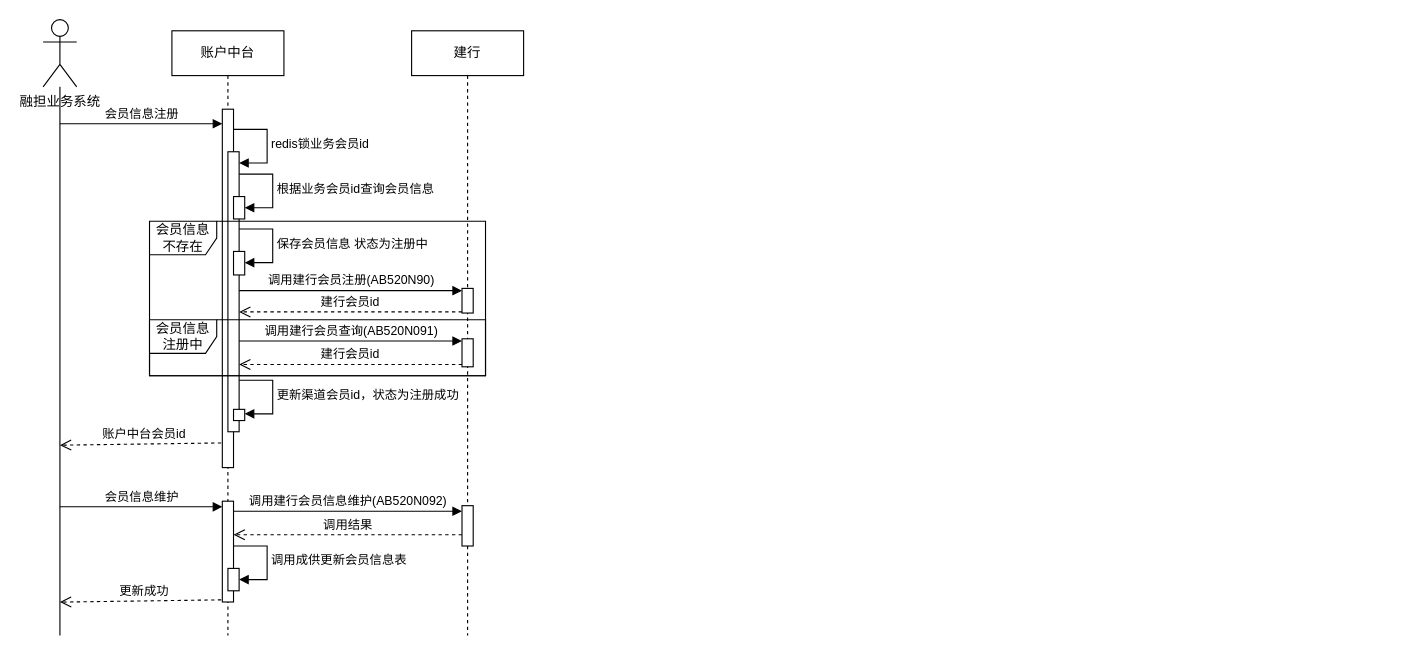
Above: 融担账户中台.drawio in eltweiyao/app-diagrams (draw.io), before the change. Source tidied: cells renumbered, new cells numbered last; positions are measured from the earlier drawing's top-left corner, leaving out a move shared by most shapes. Both pictures are drawn from the tidied source at 112%, with x=0, y=0 at pixel (43, 19).
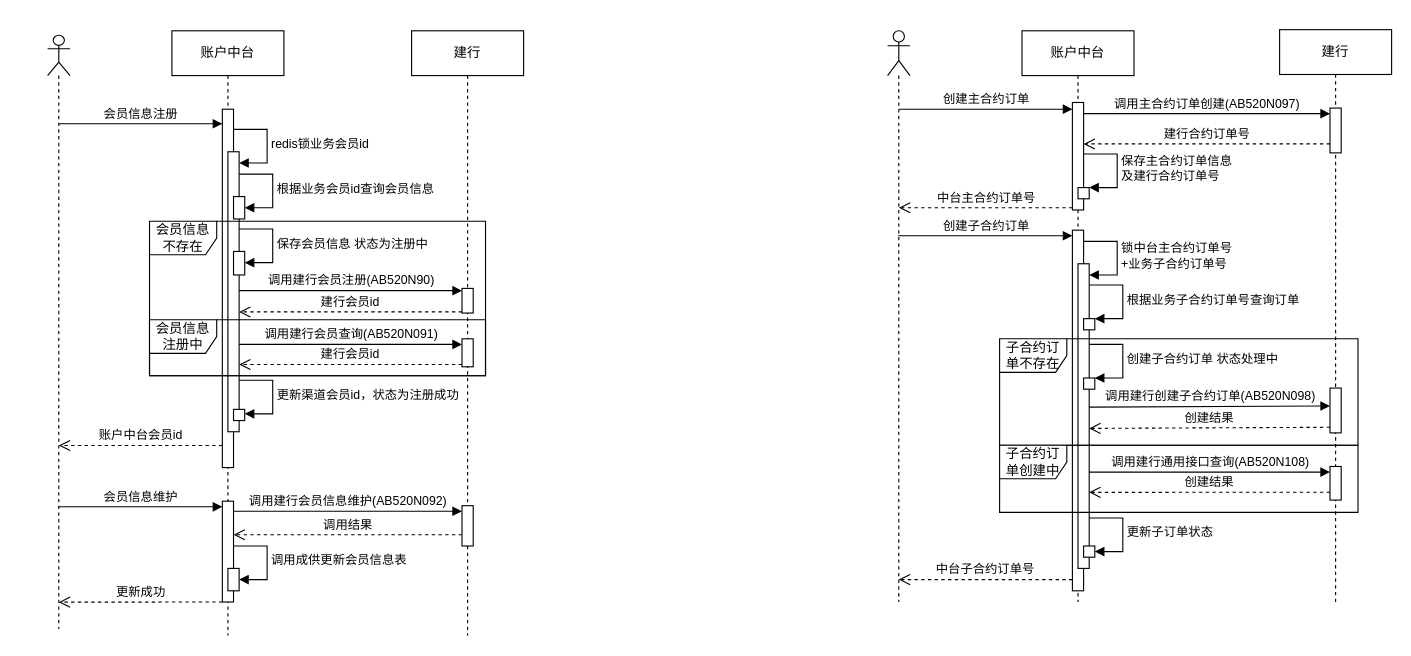
After the change.

Commit message:
更新融担账户中台.drawio

Unchanged cells that the change refers to:
```xml
<mxCell id="4" value="账户中台" style="shape=umlLifeline;perimeter=lifelinePerimeter;whiteSpace=wrap;html=1;newEdgeStyle={&quot;edgeStyle&quot;:&quot;elbowEdgeStyle&quot;,&quot;elbow&quot;:&quot;vertical&quot;,&quot;curved&quot;:0,&quot;rounded&quot;:0};" parent="1" vertex="1">
  <mxGeometry x="115" y="10" width="100" height="540" as="geometry" />
</mxCell>
<mxCell id="5" style="html=1;points=[];perimeter=orthogonalPerimeter;outlineConnect=0;targetShapes=umlLifeline;portConstraint=eastwest;newEdgeStyle={&quot;edgeStyle&quot;:&quot;elbowEdgeStyle&quot;,&quot;elbow&quot;:&quot;vertical&quot;,&quot;curved&quot;:0,&quot;rounded&quot;:0};" parent="4" vertex="1">
  <mxGeometry x="45" y="70" width="10" height="320" as="geometry" />
</mxCell>
<mxCell id="6" style="html=1;points=[[0,0,0,0,5],[0,1,0,0,-5],[1,0,0,0,5],[1,1,0,0,-5]];perimeter=orthogonalPerimeter;outlineConnect=0;targetShapes=umlLifeline;portConstraint=eastwest;newEdgeStyle={&quot;curved&quot;:0,&quot;rounded&quot;:0};" parent="4" vertex="1">
  <mxGeometry x="50" y="108" width="10" height="250" as="geometry" />
</mxCell>
<mxCell id="12" style="html=1;points=[[0,0,0,0,5],[0,1,0,0,-5],[1,0,0,0,5],[1,1,0,0,-5]];perimeter=orthogonalPerimeter;outlineConnect=0;targetShapes=umlLifeline;portConstraint=eastwest;newEdgeStyle={&quot;curved&quot;:0,&quot;rounded&quot;:0};" parent="4" vertex="1">
  <mxGeometry x="45" y="420" width="10" height="90" as="geometry" />
</mxCell>
<mxCell id="25" style="html=1;points=[[0,0,0,0,5],[0,1,0,0,-5],[1,0,0,0,5],[1,1,0,0,-5]];perimeter=orthogonalPerimeter;outlineConnect=0;targetShapes=umlLifeline;portConstraint=eastwest;newEdgeStyle={&quot;curved&quot;:0,&quot;rounded&quot;:0};" parent="1" vertex="1">
  <mxGeometry x="374" y="285" width="10" height="25" as="geometry" />
</mxCell>
```

The edit, as a diff of the source:
```diff
@@
-    <mxCell id="2" value="更新成功" style="html=1;verticalAlign=bottom;endArrow=open;dashed=1;endSize=8;curved=0;rounded=0;exitX=0.5;exitY=0.906;exitDx=0;exitDy=0;exitPerimeter=0;" parent="1" edge="1">
-      <mxGeometry relative="1" as="geometry">
-        <mxPoint x="165" y="518" as="sourcePoint" />
-        <mxPoint x="15" y="520.1" as="targetPoint" />
-      </mxGeometry>
+    <mxCell id="2" value="更新成功" style="html=1;verticalAlign=bottom;endArrow=open;dashed=1;endSize=8;curved=0;rounded=0;entryX=0.5;entryY=0.955;entryDx=0;entryDy=0;entryPerimeter=0;" parent="1" edge="1" source="12" target="45">
+      <mxGeometry relative="1" as="geometry" />
     </mxCell>
-    <mxCell id="3" value="账户中台会员id" style="html=1;verticalAlign=bottom;endArrow=open;dashed=1;endSize=8;curved=0;rounded=0;exitX=0.5;exitY=0.906;exitDx=0;exitDy=0;exitPerimeter=0;" parent="1" edge="1">
-      <mxGeometry relative="1" as="geometry">
-        <mxPoint x="165" y="377.9" as="sourcePoint" />
-        <mxPoint x="15" y="380" as="targetPoint" />
-      </mxGeometry>
+    <mxCell id="3" value="账户中台会员id" style="html=1;verticalAlign=bottom;endArrow=open;dashed=1;endSize=8;curved=0;rounded=0;entryX=0.5;entryY=0.691;entryDx=0;entryDy=0;entryPerimeter=0;" parent="1" edge="1" source="5" target="45">
+      <mxGeometry relative="1" as="geometry" />
     </mxCell>
@@
-    <mxCell id="13" value="会员信息维护" style="html=1;verticalAlign=bottom;startArrow=none;endArrow=block;startSize=8;curved=0;rounded=0;entryX=0;entryY=0;entryDx=0;entryDy=5;startFill=0;" parent="4" edge="1" target="12">
-      <mxGeometry relative="1" as="geometry">
-        <mxPoint x="-100" y="425" as="sourcePoint" />
-      </mxGeometry>
-    </mxCell>
@@
-    <mxCell id="26" value="调用建行会员查询(&lt;span style=&quot;background-color: light-dark(#ffffff, var(--ge-dark-color, #121212)); color: light-dark(rgb(0, 0, 0), rgb(255, 255, 255));&quot;&gt;AB520N091&lt;/span&gt;)" style="html=1;verticalAlign=bottom;endArrow=block;curved=0;rounded=0;" parent="1" edge="1">
-      <mxGeometry relative="1" as="geometry">
-        <mxPoint x="175" y="287" as="sourcePoint" />
-        <mxPoint x="374" y="287" as="targetPoint" />
-      </mxGeometry>
+    <mxCell id="26" value="调用建行会员查询(&lt;span style=&quot;background-color: light-dark(#ffffff, var(--ge-dark-color, #121212)); color: light-dark(rgb(0, 0, 0), rgb(255, 255, 255));&quot;&gt;AB520N091&lt;/span&gt;)" style="html=1;verticalAlign=bottom;endArrow=block;curved=0;rounded=0;entryX=0;entryY=0;entryDx=0;entryDy=5;entryPerimeter=0;" parent="1" edge="1" source="6" target="25">
+      <mxGeometry relative="1" as="geometry" />
     </mxCell>
-    <mxCell id="27" value="建行会员id" style="html=1;verticalAlign=bottom;endArrow=open;dashed=1;endSize=8;curved=0;rounded=0;" parent="1" edge="1">
+    <mxCell id="27" value="建行会员id" style="html=1;verticalAlign=bottom;endArrow=open;dashed=1;endSize=8;curved=0;rounded=0;" parent="1" edge="1" target="6">
       <mxGeometry relative="1" as="geometry">
         <mxPoint x="374" y="308" as="sourcePoint" />
-        <mxPoint x="175" y="308" as="targetPoint" />
         <Array as="points">
           <mxPoint x="305" y="308" />
         </Array>
       </mxGeometry>
     </mxCell>
-    <mxCell id="28" style="edgeStyle=orthogonalEdgeStyle;rounded=0;jettySize=auto;html=1;endArrow=none;startFill=0;" parent="1" edge="1" source="29">
-      <mxGeometry relative="1" as="geometry">
-        <mxPoint x="15" y="550" as="targetPoint" />
-      </mxGeometry>
-    </mxCell>
-    <mxCell id="29" value="融担业务系统" style="shape=umlActor;verticalLabelPosition=bottom;verticalAlign=top;html=1;" parent="1" vertex="1">
-      <mxGeometry width="30" height="60" as="geometry" />
-    </mxCell>
-    <mxCell id="30" value="会员信息注册" style="html=1;verticalAlign=bottom;endArrow=block;curved=0;rounded=0;" parent="1" edge="1" target="5">
-      <mxGeometry relative="1" as="geometry">
-        <mxPoint x="15" y="93" as="sourcePoint" />
-      </mxGeometry>
+    <mxCell id="30" value="会员信息注册" style="html=1;verticalAlign=bottom;endArrow=block;curved=0;rounded=0;exitX=0.5;exitY=0.149;exitDx=0;exitDy=0;exitPerimeter=0;" parent="1" edge="1" source="45" target="5">
+      <mxGeometry relative="1" as="geometry" />
     </mxCell>
@@
+    <mxCell id="33" value="账户中台" style="shape=umlLifeline;perimeter=lifelinePerimeter;whiteSpace=wrap;html=1;newEdgeStyle={&quot;curved&quot;:0,&quot;rounded&quot;:0};" parent="1" vertex="1">
+      <mxGeometry x="874" y="10" width="100" height="510" as="geometry" />
+    </mxCell>
+    <mxCell id="34" style="html=1;points=[[0,0,0,0,5],[0,1,0,0,-5],[1,0,0,0,5],[1,1,0,0,-5]];perimeter=orthogonalPerimeter;outlineConnect=0;targetShapes=umlLifeline;portConstraint=eastwest;newEdgeStyle={&quot;curved&quot;:0,&quot;rounded&quot;:0};" parent="33" vertex="1">
+      <mxGeometry x="45" y="64" width="10" height="96" as="geometry" />
+    </mxCell>
+    <mxCell id="35" style="html=1;points=[[0,0,0,0,5],[0,1,0,0,-5],[1,0,0,0,5],[1,1,0,0,-5]];perimeter=orthogonalPerimeter;outlineConnect=0;targetShapes=umlLifeline;portConstraint=eastwest;newEdgeStyle={&quot;curved&quot;:0,&quot;rounded&quot;:0};" parent="33" vertex="1">
+      <mxGeometry x="50" y="140" width="10" height="10" as="geometry" />
+    </mxCell>
+    <mxCell id="36" value="保存主合约订单信息&lt;div&gt;及建行合约订单号&lt;/div&gt;" style="html=1;align=left;spacingLeft=2;endArrow=block;rounded=0;edgeStyle=orthogonalEdgeStyle;curved=0;rounded=0;" parent="33" edge="1" target="35">
+      <mxGeometry relative="1" as="geometry">
+        <mxPoint x="55" y="110" as="sourcePoint" />
+        <Array as="points">
+          <mxPoint x="85" y="140" />
+        </Array>
+      </mxGeometry>
+    </mxCell>
+    <mxCell id="37" style="html=1;points=[[0,0,0,0,5],[0,1,0,0,-5],[1,0,0,0,5],[1,1,0,0,-5]];perimeter=orthogonalPerimeter;outlineConnect=0;targetShapes=umlLifeline;portConstraint=eastwest;newEdgeStyle={&quot;curved&quot;:0,&quot;rounded&quot;:0};" parent="33" vertex="1">
+      <mxGeometry x="45" y="178" width="10" height="322" as="geometry" />
+    </mxCell>
+    <mxCell id="38" style="html=1;points=[[0,0,0,0,5],[0,1,0,0,-5],[1,0,0,0,5],[1,1,0,0,-5]];perimeter=orthogonalPerimeter;outlineConnect=0;targetShapes=umlLifeline;portConstraint=eastwest;newEdgeStyle={&quot;curved&quot;:0,&quot;rounded&quot;:0};" parent="33" vertex="1">
+      <mxGeometry x="50" y="208" width="10" height="272" as="geometry" />
+    </mxCell>
+    <mxCell id="39" value="&lt;span style=&quot;text-align: center;&quot;&gt;锁中台主合约订单号&lt;/span&gt;&lt;div&gt;&lt;span style=&quot;text-align: center;&quot;&gt;+业务子合约订单号&lt;/span&gt;&lt;/div&gt;" style="html=1;align=left;spacingLeft=2;endArrow=block;rounded=0;edgeStyle=orthogonalEdgeStyle;curved=0;rounded=0;" parent="33" edge="1" target="38">
+      <mxGeometry relative="1" as="geometry">
+        <mxPoint x="55" y="188" as="sourcePoint" />
+        <Array as="points">
+          <mxPoint x="85" y="218" />
+        </Array>
+      </mxGeometry>
+    </mxCell>
+    <mxCell id="40" style="html=1;points=[[0,0,0,0,5],[0,1,0,0,-5],[1,0,0,0,5],[1,1,0,0,-5]];perimeter=orthogonalPerimeter;outlineConnect=0;targetShapes=umlLifeline;portConstraint=eastwest;newEdgeStyle={&quot;curved&quot;:0,&quot;rounded&quot;:0};" parent="33" vertex="1">
+      <mxGeometry x="55" y="257" width="10" height="10" as="geometry" />
+    </mxCell>
+    <mxCell id="41" value="根据业务子合约订单号查询订单" style="html=1;align=left;spacingLeft=2;endArrow=block;rounded=0;edgeStyle=orthogonalEdgeStyle;curved=0;rounded=0;" parent="33" edge="1" target="40">
+      <mxGeometry relative="1" as="geometry">
+        <mxPoint x="60" y="227" as="sourcePoint" />
+        <Array as="points">
+          <mxPoint x="90" y="257" />
+        </Array>
+      </mxGeometry>
+    </mxCell>
+    <mxCell id="42" style="html=1;points=[[0,0,0,0,5],[0,1,0,0,-5],[1,0,0,0,5],[1,1,0,0,-5]];perimeter=orthogonalPerimeter;outlineConnect=0;targetShapes=umlLifeline;portConstraint=eastwest;newEdgeStyle={&quot;curved&quot;:0,&quot;rounded&quot;:0};" parent="33" vertex="1">
+      <mxGeometry x="55" y="460" width="10" height="10" as="geometry" />
+    </mxCell>
+    <mxCell id="43" value="更新子订单状态" style="html=1;align=left;spacingLeft=2;endArrow=block;rounded=0;edgeStyle=orthogonalEdgeStyle;curved=0;rounded=0;" parent="33" edge="1" target="42">
+      <mxGeometry relative="1" as="geometry">
+        <mxPoint x="60" y="435" as="sourcePoint" />
+        <Array as="points">
+          <mxPoint x="90" y="465" />
+        </Array>
+      </mxGeometry>
+    </mxCell>
+    <mxCell id="44" style="shape=umlLifeline;perimeter=lifelinePerimeter;whiteSpace=wrap;html=1;outlineConnect=0;portConstraint=eastwest;newEdgeStyle={&quot;curved&quot;:0,&quot;rounded&quot;:0};participant=umlActor;" parent="1" vertex="1">
+      <mxGeometry x="754" y="10" width="20" height="510" as="geometry" />
+    </mxCell>
+    <mxCell id="45" style="shape=umlLifeline;perimeter=lifelinePerimeter;whiteSpace=wrap;html=1;outlineConnect=0;portConstraint=eastwest;newEdgeStyle={&quot;curved&quot;:0,&quot;rounded&quot;:0};participant=umlActor;size=36;" parent="1" vertex="1">
+      <mxGeometry x="4" y="14" width="20" height="530" as="geometry" />
+    </mxCell>
+    <mxCell id="46" value="建行" style="shape=umlLifeline;perimeter=lifelinePerimeter;whiteSpace=wrap;html=1;newEdgeStyle={&quot;curved&quot;:0,&quot;rounded&quot;:0};" parent="1" vertex="1">
+      <mxGeometry x="1104" y="9" width="100" height="511" as="geometry" />
+    </mxCell>
+    <mxCell id="47" style="html=1;points=[[0,0,0,0,5],[0,1,0,0,-5],[1,0,0,0,5],[1,1,0,0,-5]];perimeter=orthogonalPerimeter;outlineConnect=0;targetShapes=umlLifeline;portConstraint=eastwest;newEdgeStyle={&quot;curved&quot;:0,&quot;rounded&quot;:0};" parent="46" vertex="1">
+      <mxGeometry x="45" y="70" width="10" height="40" as="geometry" />
+    </mxCell>
+    <mxCell id="48" value="建行合约订单号" style="html=1;verticalAlign=bottom;endArrow=open;dashed=1;endSize=8;curved=0;rounded=0;exitX=0;exitY=1;exitDx=0;exitDy=-5;" parent="46" edge="1" target="34">
+      <mxGeometry relative="1" as="geometry">
+        <mxPoint x="45" y="102" as="sourcePoint" />
+      </mxGeometry>
+    </mxCell>
+    <mxCell id="49" style="html=1;perimeter=orthogonalPerimeter;targetShapes=umlLifeline;newEdgeStyle={&quot;curved&quot;:0,&quot;rounded&quot;:0};" parent="46" vertex="1">
+      <mxGeometry x="45" y="320" width="10" height="40" as="geometry" />
+    </mxCell>
+    <mxCell id="50" style="html=1;points=[[0,0,0,0,5],[0,1,0,0,-5],[1,0,0,0,5],[1,1,0,0,-5]];perimeter=orthogonalPerimeter;outlineConnect=0;targetShapes=umlLifeline;portConstraint=eastwest;newEdgeStyle={&quot;curved&quot;:0,&quot;rounded&quot;:0};" parent="46" vertex="1">
+      <mxGeometry x="45" y="390" width="10" height="30" as="geometry" />
+    </mxCell>
+    <mxCell id="51" value="创建结果" style="html=1;verticalAlign=bottom;endArrow=open;dashed=1;endSize=8;curved=0;rounded=0;exitX=0;exitY=1;exitDx=0;exitDy=-5;entryX=1;entryY=0.871;entryDx=0;entryDy=0;entryPerimeter=0;" parent="46" edge="1">
+      <mxGeometry relative="1" as="geometry">
+        <mxPoint x="45" y="413" as="sourcePoint" />
+        <mxPoint x="-170" y="413.1" as="targetPoint" />
+      </mxGeometry>
+    </mxCell>
+    <mxCell id="52" value="创建主合约订单" style="html=1;verticalAlign=bottom;endArrow=block;curved=0;rounded=0;" parent="1" edge="1" target="34">
+      <mxGeometry relative="1" as="geometry">
+        <mxPoint x="764" y="80" as="sourcePoint" />
+      </mxGeometry>
+    </mxCell>
+    <mxCell id="53" value="调用主合约订单创建(&lt;span style=&quot;background-color: light-dark(#ffffff, var(--ge-dark-color, #121212)); color: light-dark(rgb(0, 0, 0), rgb(255, 255, 255));&quot;&gt;AB520N097&lt;/span&gt;)" style="html=1;verticalAlign=bottom;endArrow=block;curved=0;rounded=0;entryX=0;entryY=0;entryDx=0;entryDy=5;" parent="1" edge="1" source="34" target="47">
+      <mxGeometry relative="1" as="geometry" />
+    </mxCell>
+    <mxCell id="54" value="中台主合约订单号" style="html=1;verticalAlign=bottom;endArrow=open;dashed=1;endSize=8;curved=0;rounded=0;" parent="1" edge="1">
+      <mxGeometry relative="1" as="geometry">
+        <mxPoint x="919" y="168" as="sourcePoint" />
+        <mxPoint x="764.1" y="168" as="targetPoint" />
+      </mxGeometry>
+    </mxCell>
+    <mxCell id="55" value="创建子合约订单" style="html=1;verticalAlign=bottom;endArrow=block;curved=0;rounded=0;entryX=0;entryY=0;entryDx=0;entryDy=5;" parent="1" edge="1" source="44" target="37">
+      <mxGeometry relative="1" as="geometry" />
+    </mxCell>
+    <mxCell id="56" value="中台子合约订单号" style="html=1;verticalAlign=bottom;endArrow=open;dashed=1;endSize=8;curved=0;rounded=0;exitX=0;exitY=1;exitDx=0;exitDy=-5;" parent="1" edge="1">
+      <mxGeometry relative="1" as="geometry">
+        <mxPoint x="919" y="500" as="sourcePoint" />
+        <mxPoint x="764" y="500" as="targetPoint" />
+      </mxGeometry>
+    </mxCell>
+    <mxCell id="57" value="子合约订单不存在" style="shape=umlFrame;whiteSpace=wrap;html=1;" parent="1" vertex="1">
+      <mxGeometry x="854" y="285" width="320" height="95" as="geometry" />
+    </mxCell>
+    <mxCell id="58" style="html=1;points=[[0,0,0,0,5],[0,1,0,0,-5],[1,0,0,0,5],[1,1,0,0,-5]];perimeter=orthogonalPerimeter;outlineConnect=0;targetShapes=umlLifeline;portConstraint=eastwest;newEdgeStyle={&quot;curved&quot;:0,&quot;rounded&quot;:0};" parent="1" vertex="1">
+      <mxGeometry x="929" y="320" width="10" height="10" as="geometry" />
+    </mxCell>
+    <mxCell id="59" value="创建子合约订单 状态处理中" style="html=1;align=left;spacingLeft=2;endArrow=block;rounded=0;edgeStyle=orthogonalEdgeStyle;curved=0;rounded=0;" parent="1" edge="1" target="58">
+      <mxGeometry relative="1" as="geometry">
+        <mxPoint x="934" y="290" as="sourcePoint" />
+        <Array as="points">
+          <mxPoint x="964" y="320" />
+        </Array>
+      </mxGeometry>
+    </mxCell>
+    <mxCell id="60" value="调用建行创建子合约订单(AB520N098)" style="html=1;verticalAlign=bottom;endArrow=block;curved=0;rounded=0;entryX=0;entryY=0;entryDx=0;entryDy=5;" parent="1" edge="1">
+      <mxGeometry relative="1" as="geometry">
+        <mxPoint x="934" y="346" as="sourcePoint" />
+        <mxPoint x="1149" y="345" as="targetPoint" />
+      </mxGeometry>
+    </mxCell>
+    <mxCell id="61" value="创建结果" style="html=1;verticalAlign=bottom;endArrow=open;dashed=1;endSize=8;curved=0;rounded=0;exitX=0;exitY=1;exitDx=0;exitDy=-5;" parent="1" edge="1">
+      <mxGeometry relative="1" as="geometry">
+        <mxPoint x="1149" y="364" as="sourcePoint" />
+        <mxPoint x="934" y="365" as="targetPoint" />
+      </mxGeometry>
+    </mxCell>
+    <mxCell id="62" value="子合约订单创建中" style="shape=umlFrame;whiteSpace=wrap;html=1;" parent="1" vertex="1">
+      <mxGeometry x="854" y="380" width="320" height="60" as="geometry" />
+    </mxCell>
+    <mxCell id="63" value="调用建行通用接口查询(AB520N108)" style="html=1;verticalAlign=bottom;endArrow=block;curved=0;rounded=0;entryX=0;entryY=0;entryDx=0;entryDy=5;" parent="1" edge="1" source="38" target="50">
+      <mxGeometry relative="1" as="geometry" />
+    </mxCell>
+    <mxCell id="13" value="会员信息维护" style="html=1;verticalAlign=bottom;startArrow=none;endArrow=block;startSize=8;curved=0;rounded=0;entryX=0;entryY=0;entryDx=0;entryDy=5;startFill=0;" parent="1" edge="1" source="45" target="12">
+      <mxGeometry relative="1" as="geometry" />
+    </mxCell>
```
